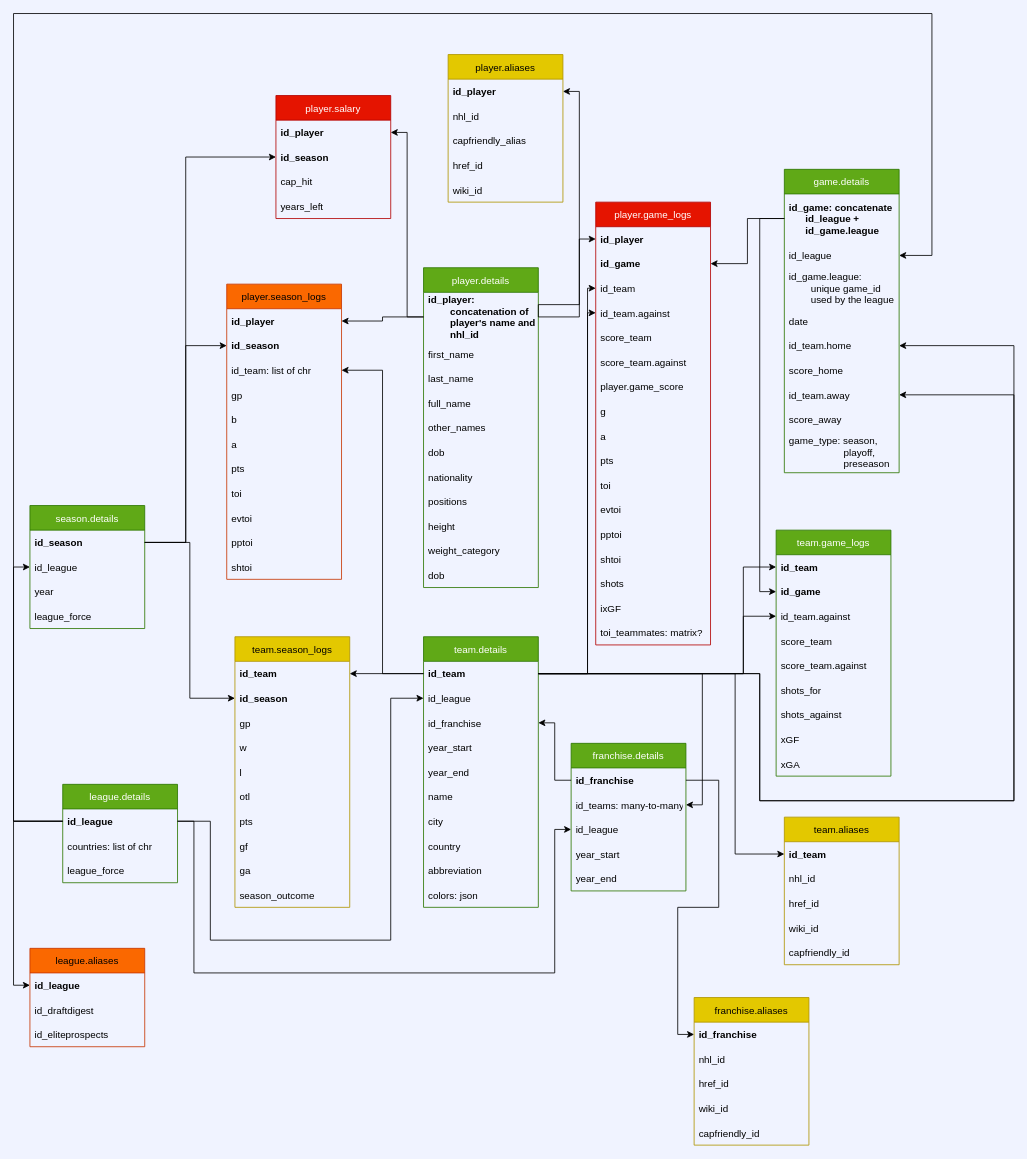
The draw.io diagram diagrams/trade_elements/global_diagram.drawio in hubcad25/nhl_trade_market, before the edit. Source tidied: cells renumbered, new cells numbered last; positions are measured from the earlier drawing's top-left corner, leaving out a move shared by most shapes. Both pictures are drawn from the tidied source at 82%, with x=0, y=0 at pixel (13, 13).
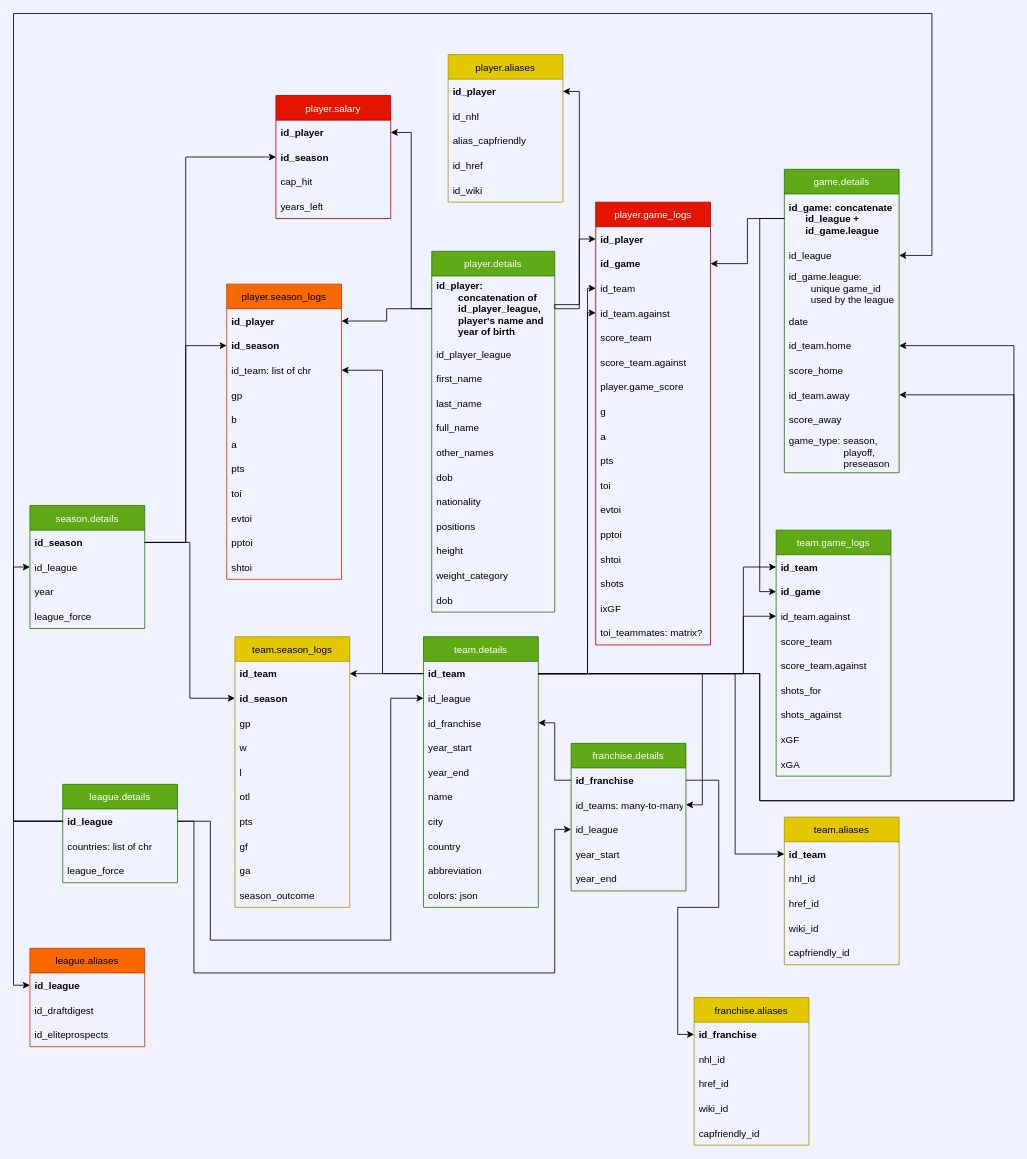
The same diagram, later.

Commit message (it also covers changes not shown here):
start working on id_player

The change refers to these unchanged cells:
```xml
<mxCell id="19" value="player.aliases" style="swimlane;fontStyle=0;horizontal=1;startSize=30;fillColor=#e3c800;fontColor=#000000;strokeColor=#B09500;" parent="1" vertex="1">
  <mxGeometry x="530" y="50" width="140" height="180" as="geometry" />
</mxCell>
```

What changed in the source:
```diff
@@
     <mxCell id="2" value="player.details" style="swimlane;fontStyle=0;horizontal=1;startSize=30;fillColor=#60a917;strokeColor=#2D7600;fontColor=#ffffff;" parent="1" vertex="1">
-      <mxGeometry x="500" y="310" width="140" height="390" as="geometry" />
+      <mxGeometry x="510" y="290" width="150" height="440" as="geometry" />
     </mxCell>
-    <mxCell id="3" value="id_player:&#10;        concatenation of&#10;        player's name and&#10;        nhl_id " style="text;strokeColor=none;fillColor=none;align=left;verticalAlign=middle;spacingLeft=4;spacingRight=4;overflow=hidden;points=[[0,0.5],[1,0.5]];portConstraint=eastwest;fontStyle=1;" parent="2" vertex="1">
-      <mxGeometry y="30" width="140" height="60" as="geometry" />
+    <mxCell id="3" value="id_player:&#10;        concatenation of&#10;        id_player_league,&#10;        player's name and&#10;        year of birth " style="text;strokeColor=none;fillColor=none;align=left;verticalAlign=middle;spacingLeft=4;spacingRight=4;overflow=hidden;points=[[0,0.5],[1,0.5]];portConstraint=eastwest;fontStyle=1;" parent="2" vertex="1">
+      <mxGeometry y="30" width="150" height="80" as="geometry" />
     </mxCell>
-    <mxCell id="4" value="first_name   " style="text;strokeColor=none;fillColor=none;align=left;verticalAlign=middle;spacingLeft=4;spacingRight=4;overflow=hidden;" parent="2" vertex="1">
-      <mxGeometry y="90" width="140" height="30" as="geometry" />
+    <mxCell id="4" value="id_player_league" style="text;strokeColor=none;fillColor=none;align=left;verticalAlign=middle;spacingLeft=4;spacingRight=4;overflow=hidden;" parent="2" vertex="1">
+      <mxGeometry y="110" width="150" height="30" as="geometry" />
     </mxCell>
+    <mxCell id="154" value="first_name   " style="text;strokeColor=none;fillColor=none;align=left;verticalAlign=middle;spacingLeft=4;spacingRight=4;overflow=hidden;" parent="2" vertex="1">
+      <mxGeometry y="140" width="150" height="30" as="geometry" />
+    </mxCell>
     <mxCell id="5" value="last_name" style="text;strokeColor=none;fillColor=none;align=left;verticalAlign=middle;spacingLeft=4;spacingRight=4;overflow=hidden;" parent="2" vertex="1">
-      <mxGeometry y="120" width="140" height="30" as="geometry" />
+      <mxGeometry y="170" width="150" height="30" as="geometry" />
     </mxCell>
     <mxCell id="6" value="full_name" style="text;strokeColor=none;fillColor=none;align=left;verticalAlign=middle;spacingLeft=4;spacingRight=4;overflow=hidden;" parent="2" vertex="1">
-      <mxGeometry y="150" width="140" height="30" as="geometry" />
+      <mxGeometry y="200" width="150" height="30" as="geometry" />
     </mxCell>
     <mxCell id="7" value="other_names" style="text;strokeColor=none;fillColor=none;align=left;verticalAlign=middle;spacingLeft=4;spacingRight=4;overflow=hidden;" parent="2" vertex="1">
-      <mxGeometry y="180" width="140" height="30" as="geometry" />
+      <mxGeometry y="230" width="150" height="30" as="geometry" />
     </mxCell>
     <mxCell id="8" value="dob" style="text;strokeColor=none;fillColor=none;align=left;verticalAlign=middle;spacingLeft=4;spacingRight=4;overflow=hidden;" parent="2" vertex="1">
-      <mxGeometry y="210" width="140" height="30" as="geometry" />
+      <mxGeometry y="260" width="150" height="30" as="geometry" />
     </mxCell>
     <mxCell id="9" value="nationality" style="text;strokeColor=none;fillColor=none;align=left;verticalAlign=middle;spacingLeft=4;spacingRight=4;overflow=hidden;" parent="2" vertex="1">
-      <mxGeometry y="240" width="140" height="30" as="geometry" />
+      <mxGeometry y="290" width="150" height="30" as="geometry" />
     </mxCell>
     <mxCell id="10" value="positions" style="text;strokeColor=none;fillColor=none;align=left;verticalAlign=middle;spacingLeft=4;spacingRight=4;overflow=hidden;" parent="2" vertex="1">
-      <mxGeometry y="270" width="140" height="30" as="geometry" />
+      <mxGeometry y="320" width="150" height="30" as="geometry" />
     </mxCell>
     <mxCell id="11" value="height" style="text;strokeColor=none;fillColor=none;align=left;verticalAlign=middle;spacingLeft=4;spacingRight=4;overflow=hidden;" parent="2" vertex="1">
-      <mxGeometry y="300" width="140" height="30" as="geometry" />
+      <mxGeometry y="350" width="150" height="30" as="geometry" />
     </mxCell>
     <mxCell id="12" value="weight_category" style="text;strokeColor=none;fillColor=none;align=left;verticalAlign=middle;spacingLeft=4;spacingRight=4;overflow=hidden;" parent="2" vertex="1">
-      <mxGeometry y="330" width="140" height="30" as="geometry" />
+      <mxGeometry y="380" width="150" height="30" as="geometry" />
     </mxCell>
     <mxCell id="13" value="dob" style="text;strokeColor=none;fillColor=none;align=left;verticalAlign=middle;spacingLeft=4;spacingRight=4;overflow=hidden;" parent="2" vertex="1">
-      <mxGeometry y="360" width="140" height="30" as="geometry" />
+      <mxGeometry y="410" width="150" height="30" as="geometry" />
     </mxCell>
@@
-    <mxCell id="21" value="nhl_id" style="text;strokeColor=none;fillColor=none;align=left;verticalAlign=middle;spacingLeft=4;spacingRight=4;overflow=hidden;" parent="19" vertex="1">
+    <mxCell id="21" value="id_nhl" style="text;strokeColor=none;fillColor=none;align=left;verticalAlign=middle;spacingLeft=4;spacingRight=4;overflow=hidden;" parent="19" vertex="1">
       <mxGeometry y="60" width="140" height="30" as="geometry" />
     </mxCell>
-    <mxCell id="22" value="capfriendly_alias" style="text;strokeColor=none;fillColor=none;align=left;verticalAlign=middle;spacingLeft=4;spacingRight=4;overflow=hidden;" parent="19" vertex="1">
+    <mxCell id="22" value="alias_capfriendly" style="text;strokeColor=none;fillColor=none;align=left;verticalAlign=middle;spacingLeft=4;spacingRight=4;overflow=hidden;" parent="19" vertex="1">
       <mxGeometry y="90" width="140" height="30" as="geometry" />
     </mxCell>
-    <mxCell id="23" value="href_id" style="text;strokeColor=none;fillColor=none;align=left;verticalAlign=middle;spacingLeft=4;spacingRight=4;overflow=hidden;" parent="19" vertex="1">
+    <mxCell id="23" value="id_href" style="text;strokeColor=none;fillColor=none;align=left;verticalAlign=middle;spacingLeft=4;spacingRight=4;overflow=hidden;" parent="19" vertex="1">
       <mxGeometry y="120" width="140" height="30" as="geometry" />
     </mxCell>
-    <mxCell id="24" value="wiki_id" style="text;strokeColor=none;fillColor=none;align=left;verticalAlign=middle;spacingLeft=4;spacingRight=4;overflow=hidden;" parent="19" vertex="1">
+    <mxCell id="24" value="id_wiki" style="text;strokeColor=none;fillColor=none;align=left;verticalAlign=middle;spacingLeft=4;spacingRight=4;overflow=hidden;" parent="19" vertex="1">
       <mxGeometry y="150" width="140" height="30" as="geometry" />
     </mxCell>
```
